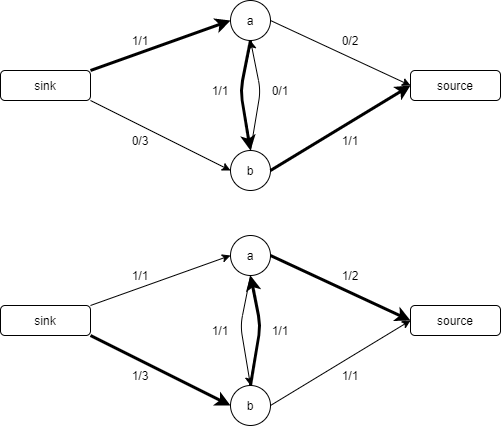
Above: assets/images/algorithm/ford-fulkerson3.png in stalker5217/stalker5217.github.io (draw.io), before the change. Source tidied: cells renumbered, new cells last; positions are measured from the earlier drawing's top-left corner, leaving out a move shared by most shapes.
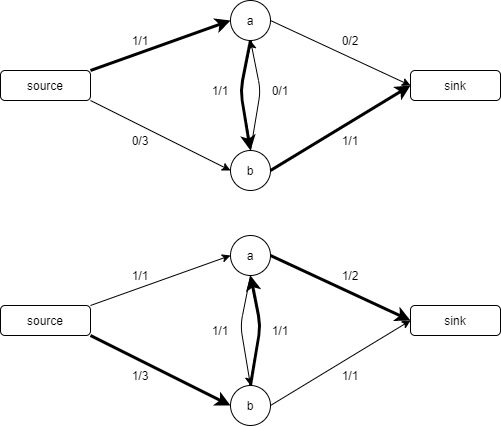
Later version of the same file.

The edit, as a diff of the source:
```diff
@@ -2,10 +2,10 @@
   <root>
     <mxCell id="0" />
     <mxCell id="1" parent="0" />
-    <mxCell id="2" value="sink" style="rounded=1;whiteSpace=wrap;html=1;" parent="1" vertex="1">
+    <mxCell id="2" value="source" style="rounded=1;whiteSpace=wrap;html=1;" parent="1" vertex="1">
       <mxGeometry y="70" width="90" height="30" as="geometry" />
     </mxCell>
-    <mxCell id="3" value="source" style="rounded=1;whiteSpace=wrap;html=1;" parent="1" vertex="1">
+    <mxCell id="3" value="sink" style="rounded=1;whiteSpace=wrap;html=1;" parent="1" vertex="1">
       <mxGeometry x="410" y="70" width="90" height="30" as="geometry" />
     </mxCell>
     <mxCell id="4" value="a" style="ellipse;whiteSpace=wrap;html=1;" parent="1" vertex="1">
@@ -45,10 +45,10 @@
     <mxCell id="14" value="0/2" style="text;html=1;strokeColor=none;fillColor=none;align=center;verticalAlign=middle;whiteSpace=wrap;rounded=0;" parent="1" vertex="1">
       <mxGeometry x="330" y="30" width="40" height="20" as="geometry" />
     </mxCell>
-    <mxCell id="15" value="sink" style="rounded=1;whiteSpace=wrap;html=1;" parent="1" vertex="1">
+    <mxCell id="15" value="source" style="rounded=1;whiteSpace=wrap;html=1;" parent="1" vertex="1">
       <mxGeometry y="305" width="90" height="30" as="geometry" />
     </mxCell>
-    <mxCell id="16" value="source" style="rounded=1;whiteSpace=wrap;html=1;" parent="1" vertex="1">
+    <mxCell id="16" value="sink" style="rounded=1;whiteSpace=wrap;html=1;" parent="1" vertex="1">
       <mxGeometry x="410" y="305" width="90" height="30" as="geometry" />
     </mxCell>
     <mxCell id="17" value="a" style="ellipse;whiteSpace=wrap;html=1;" parent="1" vertex="1">
```
